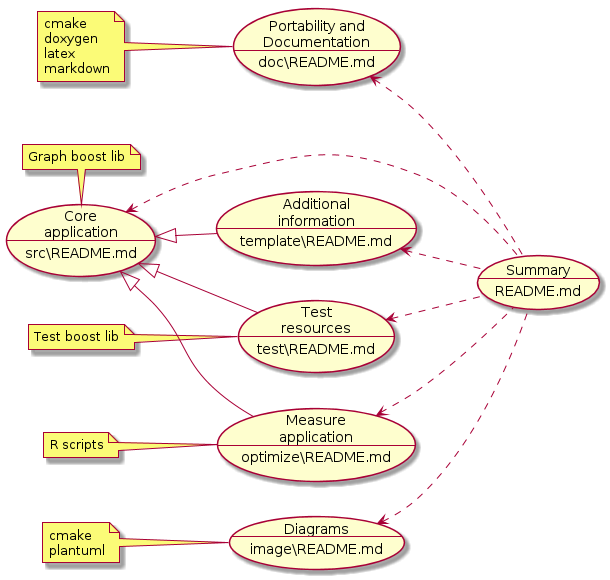
This is image/approach.png from xue2sheng/GenealogicalTree, a PlantUML export, as it was before one commit.
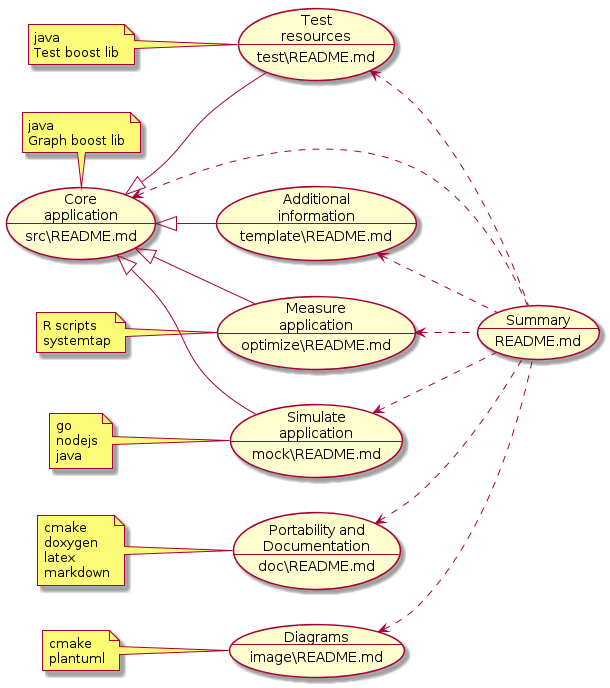
Later version of the same file.

Diff of the diagram source:
```diff
@@ -6,19 +6,23 @@
 (Test\nresources\n--\ntest\README.md) as (Test)
 (Summary\n--\nREADME.md) as (Summary)
 (Measure\napplication\n--\noptimize\README.md) as (Measure)
+(Simulate\napplication\n--\nmock\README.md) as (Mock)
 (Core\napplication\n--\nsrc\README.md) as (Core)
 (Doc) <.. (Summary)
 (Template) <.. (Summary)
 (Image) <.. (Summary)
 (Test) <.. (Summary)
 (Measure) <.. (Summary)
+(Mock) <.. (Summary)
 (Core) <.. (Summary)
 (Core) <|-- (Template)
 (Core) <|-- (Test)
 (Core) <|-- (Measure)
+(Core) <|-- (Mock)
 note left of (Doc): cmake\ndoxygen\nlatex\nmarkdown
 note left of (Image): cmake\nplantuml
-note left of (Measure): R scripts
-note top of (Core): Graph boost lib
-note left of (Test): Test boost lib
+note left of (Measure): R scripts\nsystemtap
+note left of (Mock): go\nnodejs\njava
+note top of (Core): java\nGraph boost lib
+note left of (Test): java\nTest boost lib
 @enduml
```
